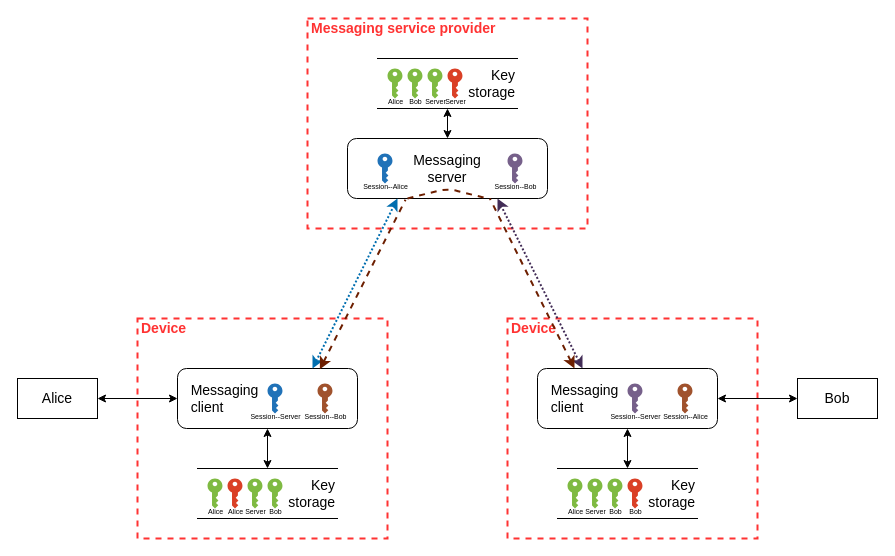
kkredit/confronting-wicked-crypto keeps this draw.io diagram as dfds/DIM-level-1-crypto-E2E-server.drawio. Above is the earlier version. Source tidied: cells renumbered, new cells numbered last; positions are measured from the earlier drawing's top-left corner, leaving out a move shared by most shapes. Both pictures are drawn from the tidied source at 100%, with x=0, y=0 at pixel (17, 18).
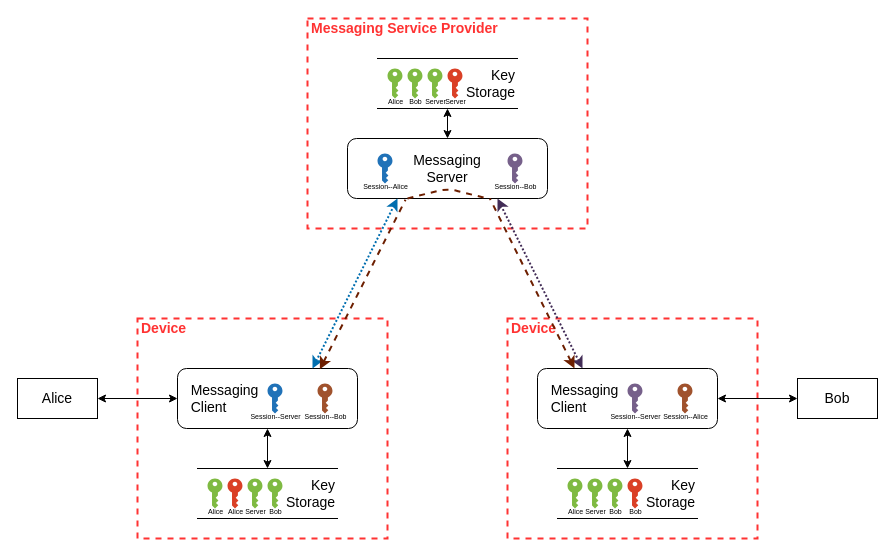
The same diagram, later.

What changed in the source:
```diff
@@
+    <mxCell id="3" value="&lt;font style=&quot;font-size: 14px&quot;&gt;Messaging Service Provider&lt;/font&gt;" style="html=1;fontColor=#FF3333;fontStyle=1;align=left;verticalAlign=top;spacing=0;labelBorderColor=none;fillColor=none;dashed=1;strokeWidth=2;strokeColor=#FF3333;spacingLeft=4;spacingTop=-3;" parent="1" vertex="1">
+      <mxGeometry x="290" width="280" height="210" as="geometry" />
+    </mxCell>
-    <mxCell id="2" value="&lt;font style=&quot;font-size: 14px&quot;&gt;Messaging&lt;br&gt;server&lt;/font&gt;" style="rounded=1;whiteSpace=wrap;html=1;" parent="1" vertex="1">
+    <mxCell id="2" value="&lt;font style=&quot;font-size: 14px&quot;&gt;Messaging&lt;br&gt;Server&lt;/font&gt;" style="rounded=1;whiteSpace=wrap;html=1;" parent="1" vertex="1">
       <mxGeometry x="330" y="120" width="200" height="60" as="geometry" />
     </mxCell>
-    <mxCell id="3" value="&lt;font style=&quot;font-size: 14px&quot;&gt;Messaging service provider&lt;/font&gt;" style="html=1;fontColor=#FF3333;fontStyle=1;align=left;verticalAlign=top;spacing=0;labelBorderColor=none;fillColor=none;dashed=1;strokeWidth=2;strokeColor=#FF3333;spacingLeft=4;spacingTop=-3;" parent="1" vertex="1">
-      <mxGeometry x="290" width="280" height="210" as="geometry" />
-    </mxCell>
@@
-    <mxCell id="7" value="&lt;blockquote style=&quot;margin: 0 0 0 40px ; border: none ; padding: 0px&quot;&gt;&lt;/blockquote&gt;&lt;span style=&quot;font-size: 14px&quot;&gt;Key&lt;/span&gt;&lt;br&gt;&lt;font style=&quot;font-size: 14px&quot;&gt;storage&lt;/font&gt;" style="shape=partialRectangle;whiteSpace=wrap;html=1;left=0;right=0;fillColor=none;align=right;" parent="1" vertex="1">
+    <mxCell id="7" value="&lt;blockquote style=&quot;margin: 0 0 0 40px ; border: none ; padding: 0px&quot;&gt;&lt;/blockquote&gt;&lt;span style=&quot;font-size: 14px&quot;&gt;Key&lt;/span&gt;&lt;br&gt;&lt;font style=&quot;font-size: 14px&quot;&gt;Storage&lt;/font&gt;" style="shape=partialRectangle;whiteSpace=wrap;html=1;left=0;right=0;fillColor=none;align=right;" parent="1" vertex="1">
       <mxGeometry x="180" y="450" width="140" height="50" as="geometry" />
     </mxCell>
@@
-    <mxCell id="10" value="&lt;font style=&quot;font-size: 14px&quot;&gt;&amp;nbsp; &amp;nbsp;Messaging&lt;br&gt;&lt;/font&gt;&lt;font style=&quot;font-size: 14px&quot;&gt;&amp;nbsp; &amp;nbsp;client&lt;/font&gt;" style="rounded=1;whiteSpace=wrap;html=1;align=left;" parent="1" vertex="1">
+    <mxCell id="10" value="&lt;font style=&quot;font-size: 14px&quot;&gt;&amp;nbsp; &amp;nbsp;Messaging&lt;br&gt;&lt;/font&gt;&lt;font style=&quot;font-size: 14px&quot;&gt;&amp;nbsp; &amp;nbsp;Client&lt;/font&gt;" style="rounded=1;whiteSpace=wrap;html=1;align=left;" parent="1" vertex="1">
       <mxGeometry x="160" y="350" width="180" height="60" as="geometry" />
     </mxCell>
@@
-    <mxCell id="19" value="&lt;blockquote style=&quot;margin: 0 0 0 40px ; border: none ; padding: 0px&quot;&gt;&lt;/blockquote&gt;&lt;span style=&quot;font-size: 14px&quot;&gt;Key&lt;/span&gt;&lt;br&gt;&lt;font style=&quot;font-size: 14px&quot;&gt;storage&lt;/font&gt;" style="shape=partialRectangle;whiteSpace=wrap;html=1;left=0;right=0;fillColor=none;align=right;" parent="1" vertex="1">
+    <mxCell id="19" value="&lt;blockquote style=&quot;margin: 0 0 0 40px ; border: none ; padding: 0px&quot;&gt;&lt;/blockquote&gt;&lt;span style=&quot;font-size: 14px&quot;&gt;Key&lt;/span&gt;&lt;br&gt;&lt;font style=&quot;font-size: 14px&quot;&gt;Storage&lt;/font&gt;" style="shape=partialRectangle;whiteSpace=wrap;html=1;left=0;right=0;fillColor=none;align=right;" parent="1" vertex="1">
       <mxGeometry x="540" y="450" width="140" height="50" as="geometry" />
     </mxCell>
-    <mxCell id="20" value="&lt;font style=&quot;font-size: 14px&quot;&gt;&amp;nbsp; &amp;nbsp;Messaging&lt;br&gt;&lt;/font&gt;&lt;font style=&quot;font-size: 14px&quot;&gt;&amp;nbsp; &amp;nbsp;client&lt;/font&gt;" style="rounded=1;whiteSpace=wrap;html=1;align=left;" parent="1" vertex="1">
+    <mxCell id="20" value="&lt;font style=&quot;font-size: 14px&quot;&gt;&amp;nbsp; &amp;nbsp;Messaging&lt;br&gt;&lt;/font&gt;&lt;font style=&quot;font-size: 14px&quot;&gt;&amp;nbsp; &amp;nbsp;Client&lt;/font&gt;" style="rounded=1;whiteSpace=wrap;html=1;align=left;" parent="1" vertex="1">
       <mxGeometry x="520" y="350" width="180" height="60" as="geometry" />
     </mxCell>
@@
-    <mxCell id="27" value="&lt;blockquote style=&quot;margin: 0 0 0 40px ; border: none ; padding: 0px&quot;&gt;&lt;/blockquote&gt;&lt;span style=&quot;font-size: 14px&quot;&gt;Key&lt;/span&gt;&lt;br&gt;&lt;font style=&quot;font-size: 14px&quot;&gt;storage&lt;/font&gt;" style="shape=partialRectangle;whiteSpace=wrap;html=1;left=0;right=0;fillColor=none;align=right;" parent="1" vertex="1">
+    <mxCell id="27" value="&lt;blockquote style=&quot;margin: 0 0 0 40px ; border: none ; padding: 0px&quot;&gt;&lt;/blockquote&gt;&lt;span style=&quot;font-size: 14px&quot;&gt;Key&lt;/span&gt;&lt;br&gt;&lt;font style=&quot;font-size: 14px&quot;&gt;Storage&lt;/font&gt;" style="shape=partialRectangle;whiteSpace=wrap;html=1;left=0;right=0;fillColor=none;align=right;" parent="1" vertex="1">
       <mxGeometry x="360" y="40" width="140" height="50" as="geometry" />
     </mxCell>
```
